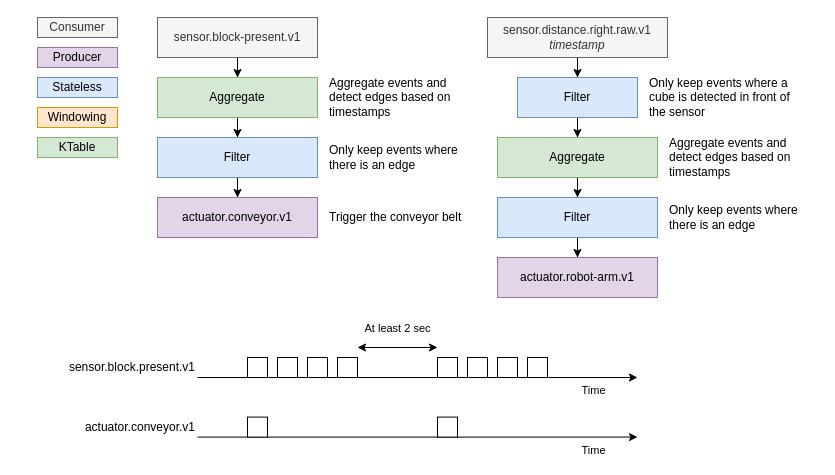
ielpo/edpo-project-group1 keeps this draw.io diagram as page "MoveBlockTopology" (2 of 2) of doc/images/graphs/kafka-streaming-topology.drawio. Above is the earlier version. Source tidied: cells renumbered, new cells numbered last; positions are measured from the earlier drawing's top-left corner, leaving out a move shared by most shapes. Both pictures are drawn from the tidied source at 100%, with x=0, y=0 at pixel (37, 17).
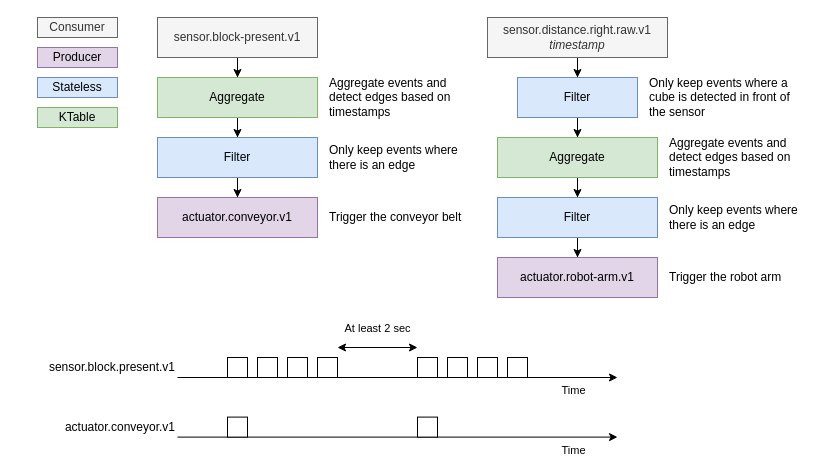
Above is the later version.

Diff of the diagram source:
```diff
@@
     <mxCell id="6" value="Time" style="endArrow=classic;html=1;rounded=0;verticalAlign=top;" parent="1" edge="1">
       <mxGeometry x="0.8" relative="1" as="geometry">
-        <mxPoint x="160" y="360" as="sourcePoint" />
-        <mxPoint x="600" y="360" as="targetPoint" />
+        <mxPoint x="140" y="360" as="sourcePoint" />
+        <mxPoint x="580" y="360" as="targetPoint" />
       </mxGeometry>
     </mxCell>
     <mxCell id="7" style="whiteSpace=wrap;html=1;" parent="1" vertex="1">
-      <mxGeometry x="210" y="340" width="20" height="20" as="geometry" />
+      <mxGeometry x="190" y="340" width="20" height="20" as="geometry" />
     </mxCell>
     <mxCell id="8" style="whiteSpace=wrap;html=1;" parent="1" vertex="1">
-      <mxGeometry x="240" y="340" width="20" height="20" as="geometry" />
+      <mxGeometry x="220" y="340" width="20" height="20" as="geometry" />
     </mxCell>
     <mxCell id="9" style="whiteSpace=wrap;html=1;" parent="1" vertex="1">
-      <mxGeometry x="270" y="340" width="20" height="20" as="geometry" />
+      <mxGeometry x="250" y="340" width="20" height="20" as="geometry" />
     </mxCell>
     <mxCell id="10" style="whiteSpace=wrap;html=1;" parent="1" vertex="1">
-      <mxGeometry x="300" y="340" width="20" height="20" as="geometry" />
+      <mxGeometry x="280" y="340" width="20" height="20" as="geometry" />
     </mxCell>
     <mxCell id="11" style="whiteSpace=wrap;html=1;" parent="1" vertex="1">
-      <mxGeometry x="400" y="340" width="20" height="20" as="geometry" />
+      <mxGeometry x="380" y="340" width="20" height="20" as="geometry" />
     </mxCell>
     <mxCell id="12" style="whiteSpace=wrap;html=1;" parent="1" vertex="1">
-      <mxGeometry x="430" y="340" width="20" height="20" as="geometry" />
+      <mxGeometry x="410" y="340" width="20" height="20" as="geometry" />
     </mxCell>
     <mxCell id="13" style="whiteSpace=wrap;html=1;" parent="1" vertex="1">
-      <mxGeometry x="460" y="340" width="20" height="20" as="geometry" />
+      <mxGeometry x="440" y="340" width="20" height="20" as="geometry" />
     </mxCell>
     <mxCell id="14" style="whiteSpace=wrap;html=1;" parent="1" vertex="1">
-      <mxGeometry x="490" y="340" width="20" height="20" as="geometry" />
+      <mxGeometry x="470" y="340" width="20" height="20" as="geometry" />
     </mxCell>
     <mxCell id="15" value="Time" style="endArrow=classic;html=1;rounded=0;verticalAlign=top;" parent="1" edge="1">
       <mxGeometry x="0.8" relative="1" as="geometry">
-        <mxPoint x="160" y="419.6" as="sourcePoint" />
-        <mxPoint x="600" y="419.6" as="targetPoint" />
+        <mxPoint x="140" y="419.6" as="sourcePoint" />
+        <mxPoint x="580" y="419.6" as="targetPoint" />
       </mxGeometry>
     </mxCell>
     <mxCell id="16" style="whiteSpace=wrap;html=1;" parent="1" vertex="1">
-      <mxGeometry x="210" y="399.6" width="20" height="20" as="geometry" />
+      <mxGeometry x="190" y="399.6" width="20" height="20" as="geometry" />
     </mxCell>
     <mxCell id="17" style="whiteSpace=wrap;html=1;" parent="1" vertex="1">
-      <mxGeometry x="400" y="399.6" width="20" height="20" as="geometry" />
+      <mxGeometry x="380" y="399.6" width="20" height="20" as="geometry" />
     </mxCell>
     <mxCell id="18" value="At least 2 sec" style="endArrow=classic;startArrow=classic;html=1;rounded=0;verticalAlign=bottom;" parent="1" edge="1">
       <mxGeometry y="10" relative="1" as="geometry">
-        <mxPoint x="320" y="330" as="sourcePoint" />
-        <mxPoint x="400" y="330" as="targetPoint" />
+        <mxPoint x="300" y="330" as="sourcePoint" />
+        <mxPoint x="380" y="330" as="targetPoint" />
       </mxGeometry>
     </mxCell>
     <mxCell id="19" value="sensor.block.present.v1" style="text;html=1;whiteSpace=wrap;strokeColor=none;fillColor=none;align=right;verticalAlign=middle;rounded=0;" parent="1" vertex="1">
-      <mxGeometry y="340" width="160" height="20" as="geometry" />
+      <mxGeometry x="-20" y="340" width="160" height="20" as="geometry" />
     </mxCell>
     <mxCell id="20" value="actuator.conveyor.v1" style="text;html=1;whiteSpace=wrap;strokeColor=none;fillColor=none;align=right;verticalAlign=middle;rounded=0;" parent="1" vertex="1">
-      <mxGeometry y="399.6" width="160" height="20" as="geometry" />
+      <mxGeometry x="-20" y="399.6" width="160" height="20" as="geometry" />
     </mxCell>
@@
     <mxCell id="23" value="&lt;div&gt;&lt;span style=&quot;background-color: transparent; color: light-dark(rgb(0, 0, 0), rgb(255, 255, 255));&quot;&gt;KTable&lt;/span&gt;&lt;/div&gt;" style="whiteSpace=wrap;html=1;fillColor=#d5e8d4;strokeColor=#82b366;" parent="1" vertex="1">
-      <mxGeometry y="120" width="80" height="20" as="geometry" />
+      <mxGeometry y="90" width="80" height="20" as="geometry" />
     </mxCell>
@@
-    <mxCell id="27" value="Windowing" style="whiteSpace=wrap;html=1;fillColor=#ffe6cc;strokeColor=#d79b00;" parent="1" vertex="1">
-      <mxGeometry y="90" width="80" height="20" as="geometry" />
-    </mxCell>
@@
+    <mxCell id="44" value="Trigger the robot arm" style="text;html=1;whiteSpace=wrap;strokeColor=none;fillColor=none;align=left;verticalAlign=middle;rounded=0;" parent="1" vertex="1">
+      <mxGeometry x="630" y="240" width="150" height="40" as="geometry" />
+    </mxCell>
```
